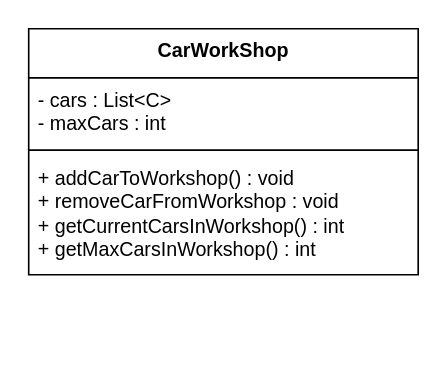
Before: page "carworkshop" (4 of 5) of docs/Vehicle.drawio in Systemiac/oop_assignments, a draw.io diagram. Source tidied: cells renumbered, new cells numbered last; positions are measured from the earlier drawing's top-left corner, leaving out a move shared by most shapes. Both pictures are drawn from the tidied source at 164%, with x=0, y=0 at pixel (28, 28).
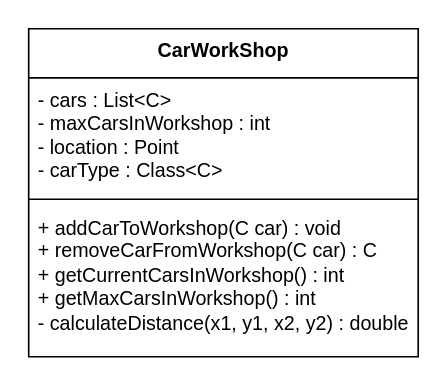
Above is the later version.

Change to the diagram source:
```diff
@@
 <mxGraphModel>
   <root>
     <mxCell id="0" />
     <mxCell id="1" parent="0" />
     <mxCell id="2" value="CarWorkShop&lt;div&gt;&lt;/div&gt;" style="swimlane;fontStyle=1;align=center;verticalAlign=top;horizontal=1;startSize=30;whiteSpace=wrap;html=1;" parent="1" vertex="1">
-      <mxGeometry width="237.5" height="150" as="geometry" />
+      <mxGeometry width="237.5" height="200" as="geometry" />
     </mxCell>
-    <mxCell id="3" value="&lt;div&gt;- cars :&amp;nbsp;&lt;span style=&quot;background-color: transparent; color: light-dark(rgb(0, 0, 0), rgb(255, 255, 255));&quot;&gt;List&amp;lt;C&amp;gt;&lt;/span&gt;&lt;/div&gt;&lt;div&gt;- maxCars : int&lt;br&gt;&lt;/div&gt;" style="text;strokeColor=none;fillColor=none;align=left;verticalAlign=top;spacingLeft=4;spacingRight=4;overflow=hidden;whiteSpace=wrap;html=1;" parent="2" vertex="1">
-      <mxGeometry y="30" width="237.5" height="40" as="geometry" />
+    <mxCell id="3" value="&lt;div&gt;- cars :&amp;nbsp;&lt;span style=&quot;background-color: transparent; color: light-dark(rgb(0, 0, 0), rgb(255, 255, 255));&quot;&gt;List&amp;lt;C&amp;gt;&lt;/span&gt;&lt;/div&gt;&lt;div&gt;- maxCarsInWorkshop : int&lt;br&gt;&lt;/div&gt;&lt;div&gt;- location : Point&lt;/div&gt;&lt;div&gt;- carType : Class&amp;lt;C&amp;gt;&lt;/div&gt;" style="text;strokeColor=none;fillColor=none;align=left;verticalAlign=top;spacingLeft=4;spacingRight=4;overflow=hidden;whiteSpace=wrap;html=1;" parent="2" vertex="1">
+      <mxGeometry y="30" width="237.5" height="70" as="geometry" />
     </mxCell>
     <mxCell id="4" style="line;strokeWidth=1;fillColor=none;align=left;verticalAlign=middle;spacingTop=-1;spacingLeft=3;spacingRight=3;labelPosition=right;strokeColor=inherit;" parent="2" vertex="1">
-      <mxGeometry y="70" width="237.5" height="8" as="geometry" />
+      <mxGeometry y="100" width="237.5" height="8" as="geometry" />
     </mxCell>
-    <mxCell id="5" value="&lt;div&gt;+ addCarToWorkshop() : void&lt;/div&gt;&lt;div&gt;+ removeCarFromWorkshop : void&lt;br&gt;&lt;/div&gt;&lt;div&gt;+ getCurrentCarsInWorkshop() : int&lt;/div&gt;&lt;div&gt;+ getMaxCarsInWorkshop() : int&lt;/div&gt;" style="text;strokeColor=none;fillColor=none;align=left;verticalAlign=top;spacingLeft=4;spacingRight=4;overflow=hidden;whiteSpace=wrap;html=1;" parent="2" vertex="1">
-      <mxGeometry y="78" width="237.5" height="72" as="geometry" />
+    <mxCell id="5" value="&lt;div&gt;+ addCarToWorkshop(C car) : void&lt;/div&gt;&lt;div&gt;+ removeCarFromWorkshop(C car) : C&lt;br&gt;&lt;/div&gt;&lt;div&gt;+ getCurrentCarsInWorkshop() : int&lt;/div&gt;&lt;div&gt;+ getMaxCarsInWorkshop() : int&lt;/div&gt;&lt;div&gt;- calculateDistance(x1, y1, x2, y2) : double&lt;/div&gt;" style="text;strokeColor=none;fillColor=none;align=left;verticalAlign=top;spacingLeft=4;spacingRight=4;overflow=hidden;whiteSpace=wrap;html=1;" parent="2" vertex="1">
+      <mxGeometry y="108" width="237.5" height="92" as="geometry" />
     </mxCell>
   </root>
 </mxGraphModel>
```
